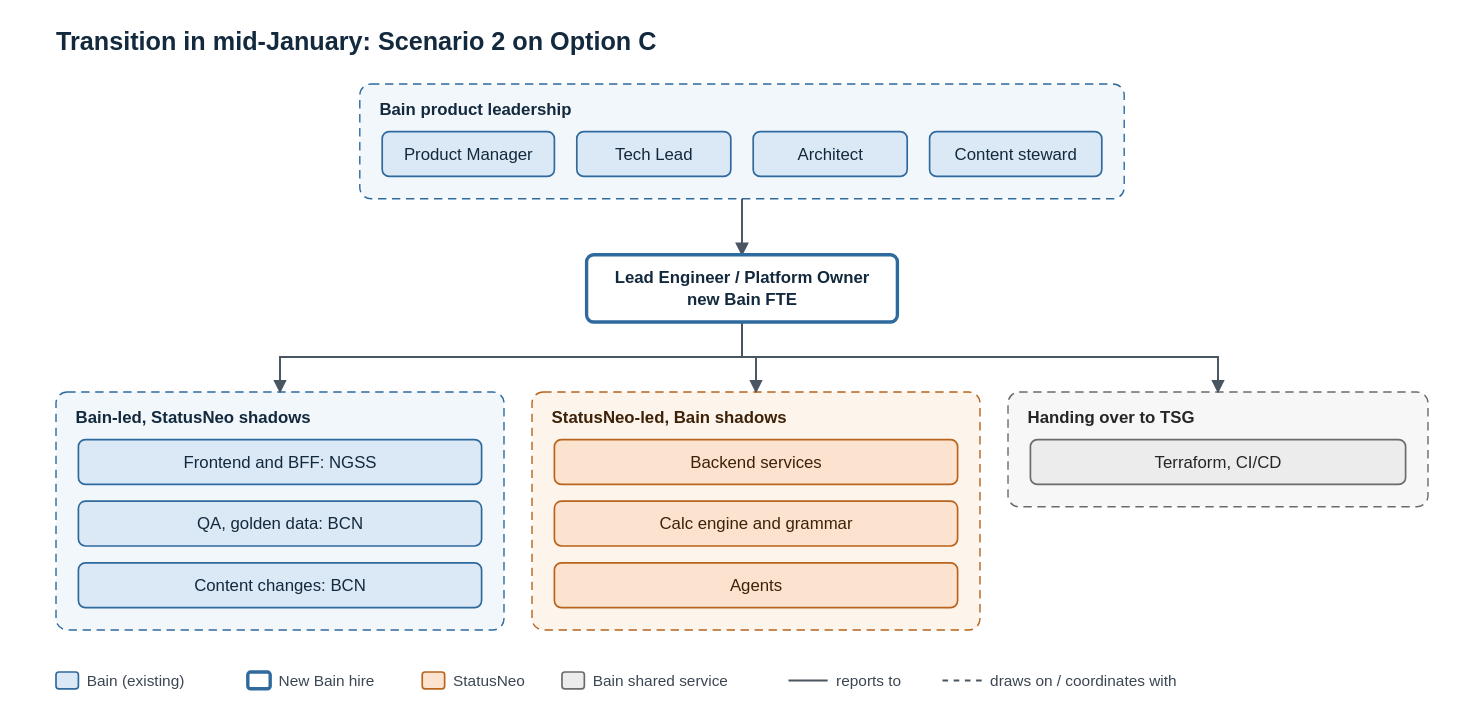
The draw.io diagram context/post-gls-team-structure/diagrams/05-transition-mid-january.drawio.svg in deanwang-bain/OC-TL, before a commit. Source tidied: cells renumbered, new cells last; positions are measured from the earlier drawing's top-left corner, leaving out a move shared by most shapes.
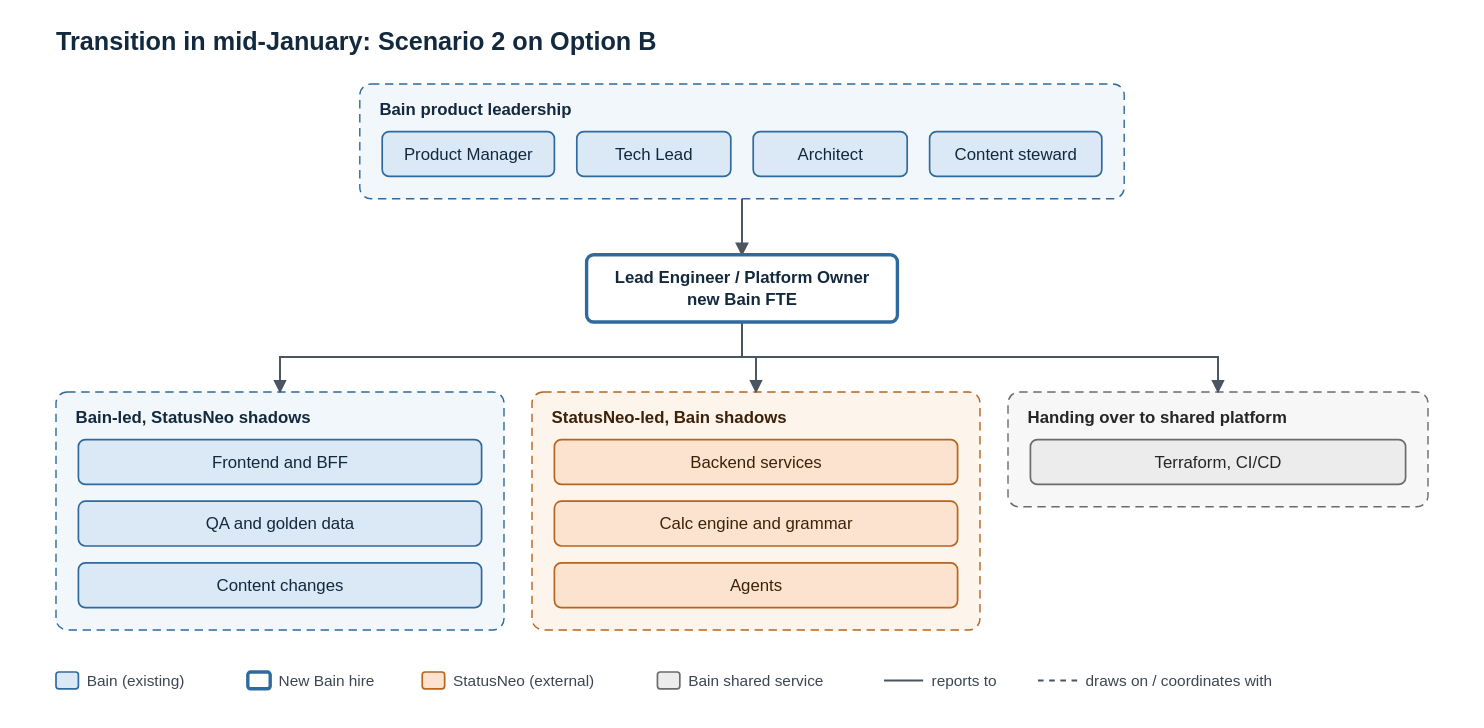
The same file after the commit.

Diff of the diagram source:
```diff
@@ -2,7 +2,7 @@
   <root>
     <mxCell id="0" />
     <mxCell id="1" parent="0" />
-    <mxCell id="2" value="Transition in mid-January: Scenario 2 on Option C" style="text;html=1;fontSize=18;fontStyle=1;align=left;verticalAlign=middle;fontColor=#13293d;" parent="1" vertex="1">
+    <mxCell id="2" value="Transition in mid-January: Scenario 2 on Option B" style="text;html=1;fontSize=18;fontStyle=1;align=left;verticalAlign=middle;fontColor=#13293d;" parent="1" vertex="1">
       <mxGeometry width="900" height="28" as="geometry" />
     </mxCell>
     <mxCell id="3" value="Bain product leadership" style="rounded=1;arcSize=4;whiteSpace=wrap;html=1;dashed=1;fillColor=#f2f7fc;strokeColor=#2f6a9e;fontColor=#13293d;fontStyle=1;align=left;verticalAlign=top;spacingLeft=10;spacingTop=4;" parent="1" vertex="1">
@@ -14,7 +14,7 @@
     <mxCell id="5" value="StatusNeo-led, Bain shadows" style="rounded=1;arcSize=4;whiteSpace=wrap;html=1;dashed=1;fillColor=#fdf4ec;strokeColor=#b8641c;fontColor=#3d2208;fontStyle=1;align=left;verticalAlign=top;spacingLeft=10;spacingTop=4;" parent="1" vertex="1">
       <mxGeometry x="340" y="262" width="320" height="170" as="geometry" />
     </mxCell>
-    <mxCell id="6" value="Handing over to TSG" style="rounded=1;arcSize=4;whiteSpace=wrap;html=1;dashed=1;fillColor=#f7f7f7;strokeColor=#6b6b6b;fontColor=#262626;fontStyle=1;align=left;verticalAlign=top;spacingLeft=10;spacingTop=4;" parent="1" vertex="1">
+    <mxCell id="6" value="Handing over to shared platform" style="rounded=1;arcSize=4;whiteSpace=wrap;html=1;dashed=1;fillColor=#f7f7f7;strokeColor=#6b6b6b;fontColor=#262626;fontStyle=1;align=left;verticalAlign=top;spacingLeft=10;spacingTop=4;" parent="1" vertex="1">
       <mxGeometry x="680" y="262" width="300" height="82" as="geometry" />
     </mxCell>
     <mxCell id="7" value="Product Manager" style="rounded=1;whiteSpace=wrap;html=1;fillColor=#dbe8f5;strokeColor=#2f6a9e;fontColor=#13293d;fontSize=12;" parent="1" vertex="1">
@@ -32,13 +32,13 @@
     <mxCell id="11" value="Lead Engineer / Platform Owner&lt;br&gt;new Bain FTE" style="rounded=1;whiteSpace=wrap;html=1;fillColor=#ffffff;strokeColor=#2f6a9e;fontColor=#13293d;fontSize=12;strokeWidth=2.5;fontStyle=1;" parent="1" vertex="1">
       <mxGeometry x="379" y="164" width="222" height="48" as="geometry" />
     </mxCell>
-    <mxCell id="12" value="Frontend and BFF: NGSS" style="rounded=1;whiteSpace=wrap;html=1;fillColor=#dbe8f5;strokeColor=#2f6a9e;fontColor=#13293d;fontSize=12;" parent="1" vertex="1">
+    <mxCell id="12" value="Frontend and BFF" style="rounded=1;whiteSpace=wrap;html=1;fillColor=#dbe8f5;strokeColor=#2f6a9e;fontColor=#13293d;fontSize=12;" parent="1" vertex="1">
       <mxGeometry x="16" y="296" width="288" height="32" as="geometry" />
     </mxCell>
-    <mxCell id="13" value="QA, golden data: BCN" style="rounded=1;whiteSpace=wrap;html=1;fillColor=#dbe8f5;strokeColor=#2f6a9e;fontColor=#13293d;fontSize=12;" parent="1" vertex="1">
+    <mxCell id="13" value="QA and golden data" style="rounded=1;whiteSpace=wrap;html=1;fillColor=#dbe8f5;strokeColor=#2f6a9e;fontColor=#13293d;fontSize=12;" parent="1" vertex="1">
       <mxGeometry x="16" y="340" width="288" height="32" as="geometry" />
     </mxCell>
-    <mxCell id="14" value="Content changes: BCN" style="rounded=1;whiteSpace=wrap;html=1;fillColor=#dbe8f5;strokeColor=#2f6a9e;fontColor=#13293d;fontSize=12;" parent="1" vertex="1">
+    <mxCell id="14" value="Content changes" style="rounded=1;whiteSpace=wrap;html=1;fillColor=#dbe8f5;strokeColor=#2f6a9e;fontColor=#13293d;fontSize=12;" parent="1" vertex="1">
       <mxGeometry x="16" y="384" width="288" height="32" as="geometry" />
     </mxCell>
     <mxCell id="15" value="Backend services" style="rounded=1;whiteSpace=wrap;html=1;fillColor=#fbe3cf;strokeColor=#b8641c;fontColor=#3d2208;fontSize=12;" parent="1" vertex="1">
@@ -80,14 +80,14 @@
     <mxCell id="27" style="rounded=1;fillColor=#fbe3cf;strokeColor=#b8641c;" parent="1" vertex="1">
       <mxGeometry x="261.6" y="462" width="16" height="12" as="geometry" />
     </mxCell>
-    <mxCell id="28" value="StatusNeo" style="text;html=1;align=left;verticalAlign=middle;fontSize=11;fontColor=#3b4652;" parent="1" vertex="1">
-      <mxGeometry x="281.6" y="458" width="65.8" height="20" as="geometry" />
+    <mxCell id="28" value="StatusNeo (external)" style="text;html=1;align=left;verticalAlign=middle;fontSize=11;fontColor=#3b4652;" parent="1" vertex="1">
+      <mxGeometry x="281.6" y="458" width="134" height="20" as="geometry" />
     </mxCell>
-    <mxCell id="29" style="rounded=1;fillColor=#ececec;strokeColor=#6b6b6b;" parent="1" vertex="1">
-      <mxGeometry x="361.4" y="462" width="16" height="12" as="geometry" />
-    </mxCell>
+    <mxCell id="31" style="rounded=1;fillColor=#ececec;strokeColor=#6b6b6b;" parent="1" vertex="1">
+      <mxGeometry x="429.6" y="462" width="16" height="12" as="geometry" />
+    </mxCell>
     <mxCell id="30" value="Bain shared service" style="text;html=1;align=left;verticalAlign=middle;fontSize=11;fontColor=#3b4652;" parent="1" vertex="1">
-      <mxGeometry x="381.4" y="458" width="127.8" height="20" as="geometry" />
+      <mxGeometry x="449.6" y="458" width="127.8" height="20" as="geometry" />
     </mxCell>
   </root>
 </mxGraphModel>
```
